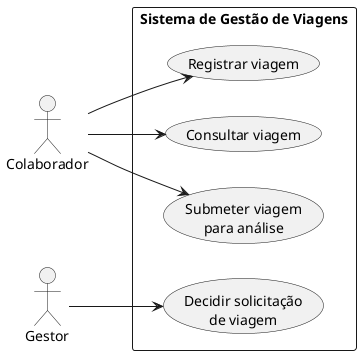
Earlier version of the PlantUML export docs/casos-de-uso/diagrama-caso-de-uso.png (gabrielhochmann-academic/es2-travel-management).
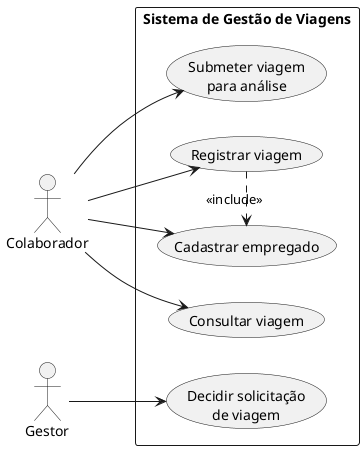
The same diagram one commit later.

Change to the diagram source:
```diff
@@ -8,14 +8,17 @@
 actor "Gestor" as Gestor
 
 rectangle "Sistema de Gestão de Viagens" {
+  usecase "Cadastrar empregado" as UC00
   usecase "Registrar viagem" as UC01
   usecase "Consultar viagem" as UC02
   usecase "Submeter viagem\npara análise" as UC03
   usecase "Decidir solicitação\nde viagem" as UC04
 }
 
+Colaborador --> UC00
 Colaborador --> UC01
 Colaborador --> UC02
 Colaborador --> UC03
 Gestor --> UC04
+UC01 .> UC00 : <<include>>
 @enduml
```
